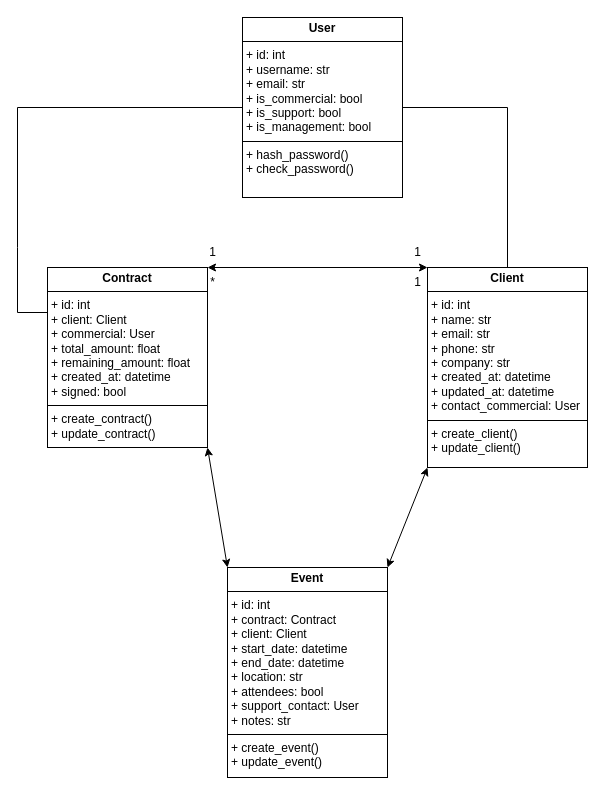
Earlier version of the draw.io diagram UMG_Epic_Events.drawio (siwax74/P13_SECURE_MYSQL_EPIC_EVENTS). Source tidied: cells renumbered, new cells numbered last; positions are measured from the earlier drawing's top-left corner, leaving out a move shared by most shapes. Both pictures are drawn from the tidied source at 100%, with x=0, y=0 at pixel (17, 17).
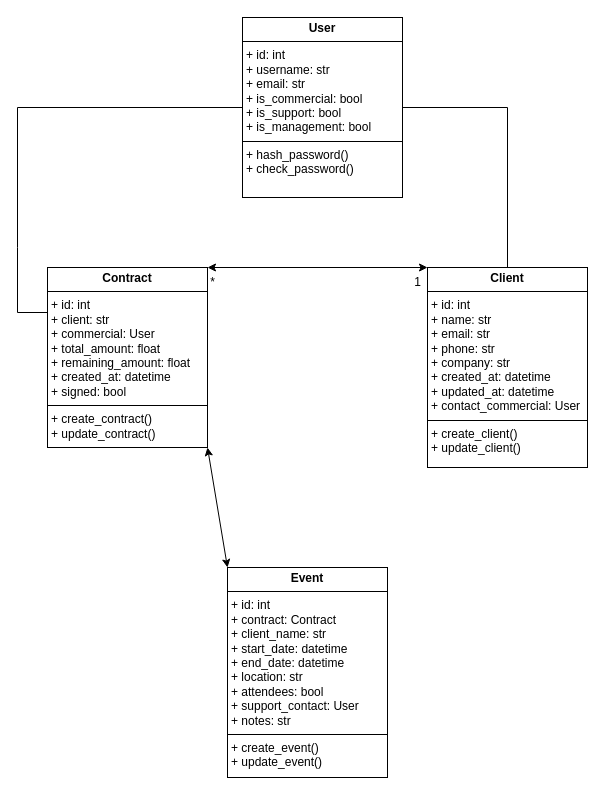
The same page after the edit.

The edit, as a diff of the source:
```diff
@@
 <mxGraphModel>
   <root>
     <mxCell id="0" />
     <mxCell id="1" parent="0" />
     <mxCell id="2" value="&lt;p style=&quot;margin:0px;margin-top:4px;text-align:center;&quot;&gt;&lt;b&gt;User&lt;/b&gt;&lt;/p&gt;&lt;hr size=&quot;1&quot; style=&quot;border-style:solid;&quot;&gt;&lt;p style=&quot;margin:0px;margin-left:4px;&quot;&gt;+ id: int&lt;/p&gt;&lt;p style=&quot;margin:0px;margin-left:4px;&quot;&gt;+ username: str&lt;/p&gt;&lt;p style=&quot;margin:0px;margin-left:4px;&quot;&gt;+ email: str&lt;/p&gt;&lt;p style=&quot;margin:0px;margin-left:4px;&quot;&gt;+ is_commercial: bool&lt;/p&gt;&lt;p style=&quot;margin:0px;margin-left:4px;&quot;&gt;+ is_support: bool&lt;/p&gt;&lt;p style=&quot;margin:0px;margin-left:4px;&quot;&gt;+ is_management: bool&lt;/p&gt;&lt;hr size=&quot;1&quot; style=&quot;border-style:solid;&quot;&gt;&lt;p style=&quot;margin:0px;margin-left:4px;&quot;&gt;+ hash_password()&lt;/p&gt;&lt;p style=&quot;margin:0px;margin-left:4px;&quot;&gt;+ check_password()&lt;/p&gt;" style="verticalAlign=top;align=left;overflow=fill;html=1;whiteSpace=wrap;" parent="1" vertex="1">
       <mxGeometry x="225" width="160" height="180" as="geometry" />
     </mxCell>
     <mxCell id="3" value="&lt;p style=&quot;margin:0px;margin-top:4px;text-align:center;&quot;&gt;&lt;b&gt;Client&lt;/b&gt;&lt;/p&gt;&lt;hr size=&quot;1&quot; style=&quot;border-style:solid;&quot;&gt;&lt;p style=&quot;margin:0px;margin-left:4px;&quot;&gt;+ id: int&lt;/p&gt;&lt;p style=&quot;margin:0px;margin-left:4px;&quot;&gt;+ name: str&lt;/p&gt;&lt;p style=&quot;margin:0px;margin-left:4px;&quot;&gt;+ email: str&lt;/p&gt;&lt;p style=&quot;margin:0px;margin-left:4px;&quot;&gt;+ phone: str&lt;/p&gt;&lt;p style=&quot;margin:0px;margin-left:4px;&quot;&gt;+ company: str&lt;/p&gt;&lt;p style=&quot;margin:0px;margin-left:4px;&quot;&gt;+ created_at: datetime&lt;/p&gt;&lt;p style=&quot;margin:0px;margin-left:4px;&quot;&gt;+ updated_at: datetime&lt;/p&gt;&lt;p style=&quot;margin:0px;margin-left:4px;&quot;&gt;+ contact_commercial: User&lt;/p&gt;&lt;hr size=&quot;1&quot; style=&quot;border-style:solid;&quot;&gt;&lt;p style=&quot;margin:0px;margin-left:4px;&quot;&gt;+ create_client()&lt;/p&gt;&lt;p style=&quot;margin:0px;margin-left:4px;&quot;&gt;+ update_client()&lt;/p&gt;" style="verticalAlign=top;align=left;overflow=fill;html=1;whiteSpace=wrap;" parent="1" vertex="1">
       <mxGeometry x="410" y="250" width="160" height="200" as="geometry" />
     </mxCell>
-    <mxCell id="4" value="&lt;p style=&quot;margin:0px;margin-top:4px;text-align:center;&quot;&gt;&lt;b&gt;Contract&lt;/b&gt;&lt;/p&gt;&lt;hr size=&quot;1&quot; style=&quot;border-style:solid;&quot;&gt;&lt;p style=&quot;margin:0px;margin-left:4px;&quot;&gt;+ id: int&lt;/p&gt;&lt;p style=&quot;margin:0px;margin-left:4px;&quot;&gt;+ client: Client&lt;/p&gt;&lt;p style=&quot;margin:0px;margin-left:4px;&quot;&gt;+ commercial: User&lt;/p&gt;&lt;p style=&quot;margin:0px;margin-left:4px;&quot;&gt;+ total_amount: float&lt;/p&gt;&lt;p style=&quot;margin:0px;margin-left:4px;&quot;&gt;+ remaining_amount: float&lt;/p&gt;&lt;p style=&quot;margin:0px;margin-left:4px;&quot;&gt;+ created_at: datetime&lt;/p&gt;&lt;p style=&quot;margin:0px;margin-left:4px;&quot;&gt;+ signed: bool&lt;/p&gt;&lt;hr size=&quot;1&quot; style=&quot;border-style:solid;&quot;&gt;&lt;p style=&quot;margin:0px;margin-left:4px;&quot;&gt;+ create_contract()&lt;/p&gt;&lt;p style=&quot;margin:0px;margin-left:4px;&quot;&gt;+ update_contract()&lt;/p&gt;" style="verticalAlign=top;align=left;overflow=fill;html=1;whiteSpace=wrap;" parent="1" vertex="1">
+    <mxCell id="4" value="&lt;p style=&quot;margin:0px;margin-top:4px;text-align:center;&quot;&gt;&lt;b&gt;Contract&lt;/b&gt;&lt;/p&gt;&lt;hr size=&quot;1&quot; style=&quot;border-style:solid;&quot;&gt;&lt;p style=&quot;margin:0px;margin-left:4px;&quot;&gt;+ id: int&lt;/p&gt;&lt;p style=&quot;margin:0px;margin-left:4px;&quot;&gt;+ client: str&lt;/p&gt;&lt;p style=&quot;margin:0px;margin-left:4px;&quot;&gt;+ commercial: User&lt;/p&gt;&lt;p style=&quot;margin:0px;margin-left:4px;&quot;&gt;+ total_amount: float&lt;/p&gt;&lt;p style=&quot;margin:0px;margin-left:4px;&quot;&gt;+ remaining_amount: float&lt;/p&gt;&lt;p style=&quot;margin:0px;margin-left:4px;&quot;&gt;+ created_at: datetime&lt;/p&gt;&lt;p style=&quot;margin:0px;margin-left:4px;&quot;&gt;+ signed: bool&lt;/p&gt;&lt;hr size=&quot;1&quot; style=&quot;border-style:solid;&quot;&gt;&lt;p style=&quot;margin:0px;margin-left:4px;&quot;&gt;+ create_contract()&lt;/p&gt;&lt;p style=&quot;margin:0px;margin-left:4px;&quot;&gt;+ update_contract()&lt;/p&gt;" style="verticalAlign=top;align=left;overflow=fill;html=1;whiteSpace=wrap;" parent="1" vertex="1">
       <mxGeometry x="30" y="250" width="160" height="180" as="geometry" />
     </mxCell>
-    <mxCell id="5" value="&lt;p style=&quot;margin:0px;margin-top:4px;text-align:center;&quot;&gt;&lt;b&gt;Event&lt;/b&gt;&lt;/p&gt;&lt;hr size=&quot;1&quot; style=&quot;border-style:solid;&quot;&gt;&lt;p style=&quot;margin:0px;margin-left:4px;&quot;&gt;+ id: int&lt;/p&gt;&lt;p style=&quot;margin:0px;margin-left:4px;&quot;&gt;+ contract: Contract&lt;/p&gt;&lt;p style=&quot;margin:0px;margin-left:4px;&quot;&gt;+ client: Client&lt;/p&gt;&lt;p style=&quot;margin:0px;margin-left:4px;&quot;&gt;+ start_date: datetime&lt;/p&gt;&lt;p style=&quot;margin:0px;margin-left:4px;&quot;&gt;+ end_date: datetime&lt;/p&gt;&lt;p style=&quot;margin:0px;margin-left:4px;&quot;&gt;+ location: str&lt;/p&gt;&lt;p style=&quot;margin:0px;margin-left:4px;&quot;&gt;+ attendees: bool&lt;/p&gt;&lt;p style=&quot;margin:0px;margin-left:4px;&quot;&gt;+ support_contact: User&lt;/p&gt;&lt;p style=&quot;margin:0px;margin-left:4px;&quot;&gt;+ notes: str&lt;/p&gt;&lt;hr size=&quot;1&quot; style=&quot;border-style:solid;&quot;&gt;&lt;p style=&quot;margin:0px;margin-left:4px;&quot;&gt;+ create_event()&lt;/p&gt;&lt;p style=&quot;margin:0px;margin-left:4px;&quot;&gt;+ update_event()&lt;/p&gt;" style="verticalAlign=top;align=left;overflow=fill;html=1;whiteSpace=wrap;" parent="1" vertex="1">
+    <mxCell id="5" value="&lt;p style=&quot;margin:0px;margin-top:4px;text-align:center;&quot;&gt;&lt;b&gt;Event&lt;/b&gt;&lt;/p&gt;&lt;hr size=&quot;1&quot; style=&quot;border-style:solid;&quot;&gt;&lt;p style=&quot;margin:0px;margin-left:4px;&quot;&gt;+ id: int&lt;/p&gt;&lt;p style=&quot;margin:0px;margin-left:4px;&quot;&gt;+ contract: Contract&lt;/p&gt;&lt;p style=&quot;margin:0px;margin-left:4px;&quot;&gt;+ client_name: str&lt;/p&gt;&lt;p style=&quot;margin:0px;margin-left:4px;&quot;&gt;+ start_date: datetime&lt;/p&gt;&lt;p style=&quot;margin:0px;margin-left:4px;&quot;&gt;+ end_date: datetime&lt;/p&gt;&lt;p style=&quot;margin:0px;margin-left:4px;&quot;&gt;+ location: str&lt;/p&gt;&lt;p style=&quot;margin:0px;margin-left:4px;&quot;&gt;+ attendees: bool&lt;/p&gt;&lt;p style=&quot;margin:0px;margin-left:4px;&quot;&gt;+ support_contact: User&lt;/p&gt;&lt;p style=&quot;margin:0px;margin-left:4px;&quot;&gt;+ notes: str&lt;/p&gt;&lt;hr size=&quot;1&quot; style=&quot;border-style:solid;&quot;&gt;&lt;p style=&quot;margin:0px;margin-left:4px;&quot;&gt;+ create_event()&lt;/p&gt;&lt;p style=&quot;margin:0px;margin-left:4px;&quot;&gt;+ update_event()&lt;/p&gt;" style="verticalAlign=top;align=left;overflow=fill;html=1;whiteSpace=wrap;" parent="1" vertex="1">
       <mxGeometry x="210" y="550" width="160" height="210" as="geometry" />
     </mxCell>
     <mxCell id="6" style="endArrow=classic;startArrow=classic;html=1;rounded=0;exitX=1;exitY=0;exitDx=0;exitDy=0;entryX=0;entryY=0;entryDx=0;entryDy=0;" parent="1" edge="1" source="4" target="3">
       <mxGeometry relative="1" as="geometry" />
     </mxCell>
-    <mxCell id="7" value="1" style="text;html=1;align=center;verticalAlign=middle;strokeColor=none;fillColor=none;" parent="1" vertex="1">
-      <mxGeometry x="180" y="220" width="30" height="30" as="geometry" />
-    </mxCell>
     <mxCell id="8" value="1" style="text;html=1;align=center;verticalAlign=middle;strokeColor=none;fillColor=none;" parent="1" vertex="1">
       <mxGeometry x="385" y="250" width="30" height="30" as="geometry" />
     </mxCell>
-    <mxCell id="9" value="1" style="text;html=1;align=center;verticalAlign=middle;strokeColor=none;fillColor=none;" parent="1" vertex="1">
-      <mxGeometry x="385" y="220" width="30" height="30" as="geometry" />
-    </mxCell>
     <mxCell id="10" value="*" style="text;html=1;align=center;verticalAlign=middle;strokeColor=none;fillColor=none;" parent="1" vertex="1">
       <mxGeometry x="180" y="250" width="30" height="30" as="geometry" />
     </mxCell>
-    <mxCell id="11" style="endArrow=classic;startArrow=classic;html=1;rounded=0;exitX=1;exitY=0;exitDx=0;exitDy=0;entryX=0;entryY=1;entryDx=0;entryDy=0;" parent="1" edge="1" source="5" target="3">
-      <mxGeometry relative="1" as="geometry" />
-    </mxCell>
     <mxCell id="12" style="endArrow=classic;startArrow=classic;html=1;rounded=0;exitX=0;exitY=0;exitDx=0;exitDy=0;entryX=1;entryY=1;entryDx=0;entryDy=0;" parent="1" edge="1" source="5" target="4">
       <mxGeometry relative="1" as="geometry" />
     </mxCell>
     <mxCell id="13" style="endArrow=none;html=1;rounded=0;entryX=0;entryY=0.5;entryDx=0;entryDy=0;" parent="1" edge="1" target="2">
       <mxGeometry relative="1" as="geometry">
         <mxPoint y="90" as="sourcePoint" />
       </mxGeometry>
     </mxCell>
     <mxCell id="14" style="endArrow=none;html=1;rounded=0;entryX=0;entryY=0.25;entryDx=0;entryDy=0;" parent="1" edge="1" target="4">
       <mxGeometry relative="1" as="geometry">
         <mxPoint y="90" as="sourcePoint" />
         <Array as="points">
           <mxPoint y="230" />
           <mxPoint y="295" />
         </Array>
       </mxGeometry>
     </mxCell>
     <mxCell id="15" style="endArrow=none;html=1;rounded=0;entryX=0.5;entryY=0;entryDx=0;entryDy=0;exitX=1;exitY=0.5;exitDx=0;exitDy=0;" parent="1" edge="1" source="2" target="3">
       <mxGeometry relative="1" as="geometry">
         <Array as="points">
           <mxPoint x="490" y="90" />
         </Array>
       </mxGeometry>
     </mxCell>
   </root>
 </mxGraphModel>
```
